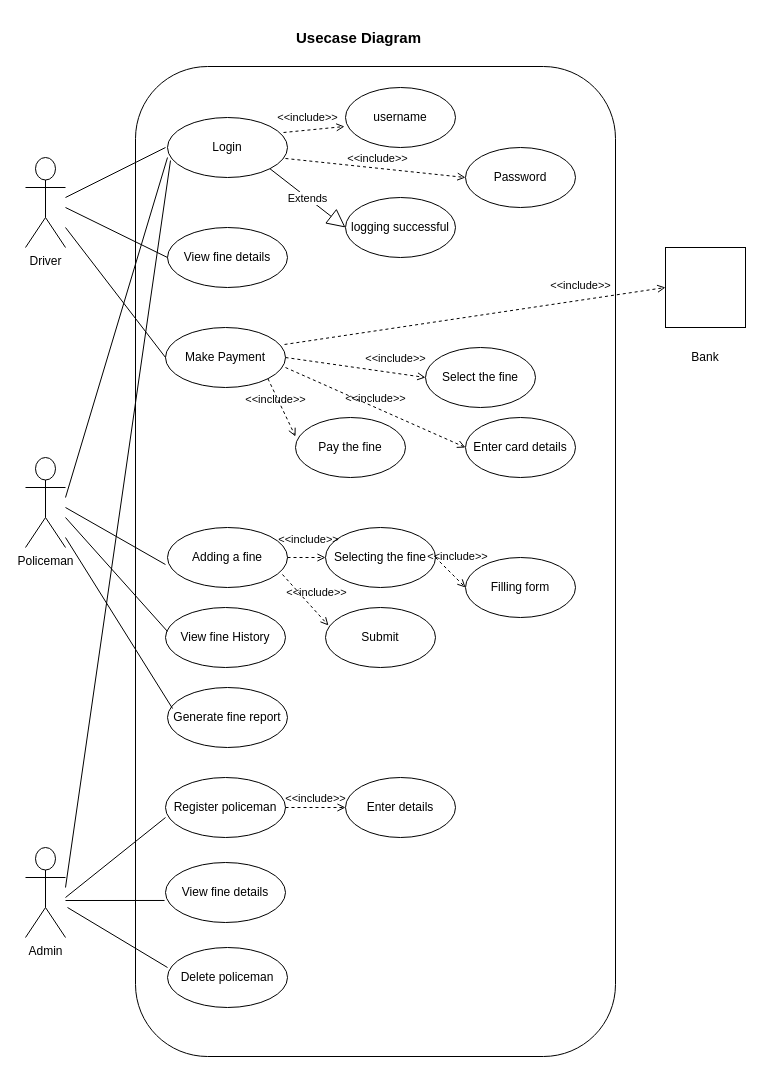
Earlier version of the draw.io diagram diagrams/usecase diagram.drawio (IROdEvO/PoliceReportingSystemDistributed). Source tidied: cells renumbered, new cells numbered last; positions are measured from the earlier drawing's top-left corner, leaving out a move shared by most shapes. Both pictures are drawn from the tidied source at 100%, with x=0, y=0 at pixel (25, 17).
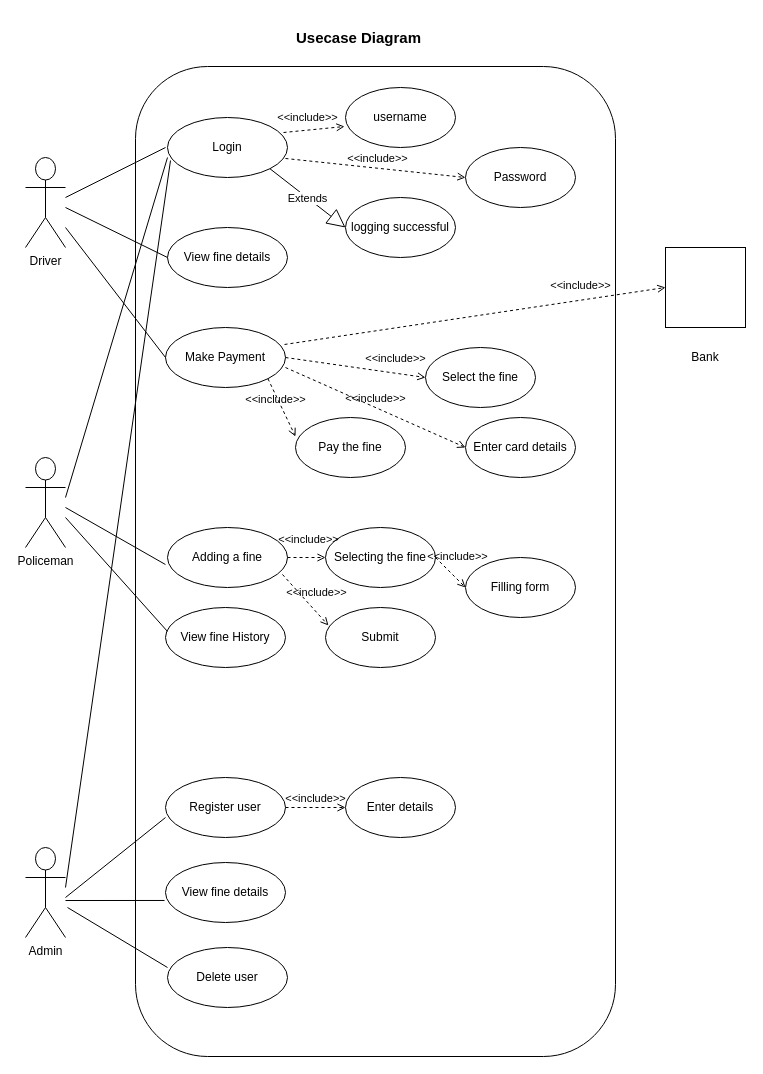
The same diagram, later.

Diff of the diagram source:
```diff
@@
-    <mxCell id="33" value="Generate fine report" style="ellipse;whiteSpace=wrap;html=1;" parent="1" vertex="1">
-      <mxGeometry x="142" y="670" width="120" height="60" as="geometry" />
-    </mxCell>
@@
-    <mxCell id="36" style="endArrow=none;html=1;entryX=0.042;entryY=0.35;entryDx=0;entryDy=0;entryPerimeter=0;" parent="1" edge="1" target="33">
-      <mxGeometry relative="1" as="geometry">
-        <mxPoint x="40" y="520" as="sourcePoint" />
-      </mxGeometry>
-    </mxCell>
@@
-    <mxCell id="38" value="Delete policeman" style="ellipse;whiteSpace=wrap;html=1;" parent="1" vertex="1">
+    <mxCell id="38" value="Delete user" style="ellipse;whiteSpace=wrap;html=1;" parent="1" vertex="1">
       <mxGeometry x="142" y="930" width="120" height="60" as="geometry" />
     </mxCell>
@@
-    <mxCell id="40" value="Register policeman" style="ellipse;whiteSpace=wrap;html=1;" parent="1" vertex="1">
+    <mxCell id="40" value="Register user" style="ellipse;whiteSpace=wrap;html=1;" parent="1" vertex="1">
       <mxGeometry x="140" y="760" width="120" height="60" as="geometry" />
     </mxCell>
```
